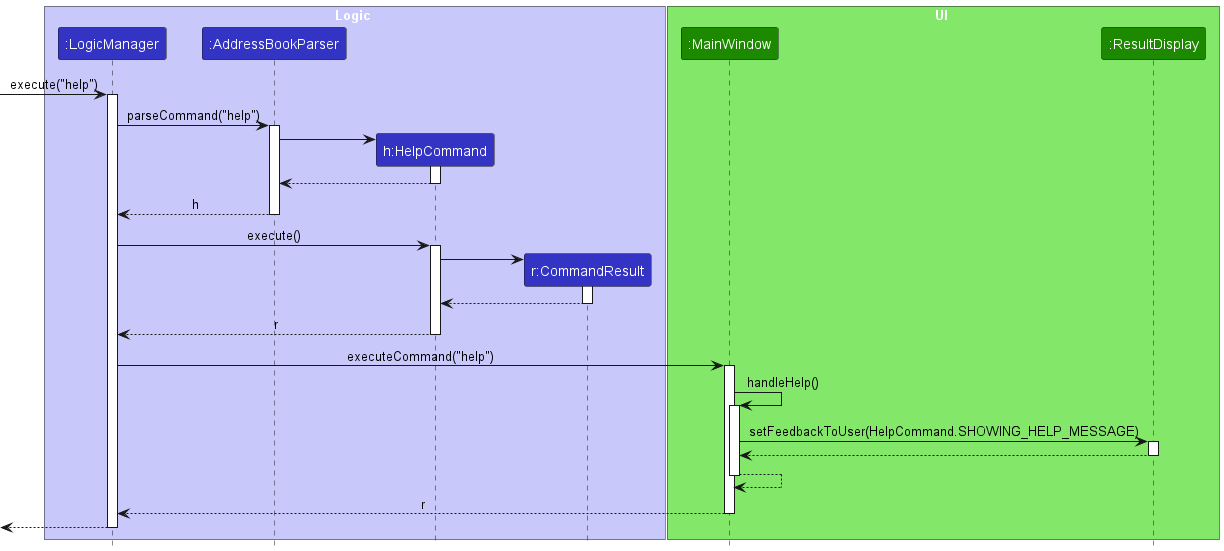
Earlier version of the PlantUML export docs/images/HelpSequenceDiagram.png (swtan346/tp).
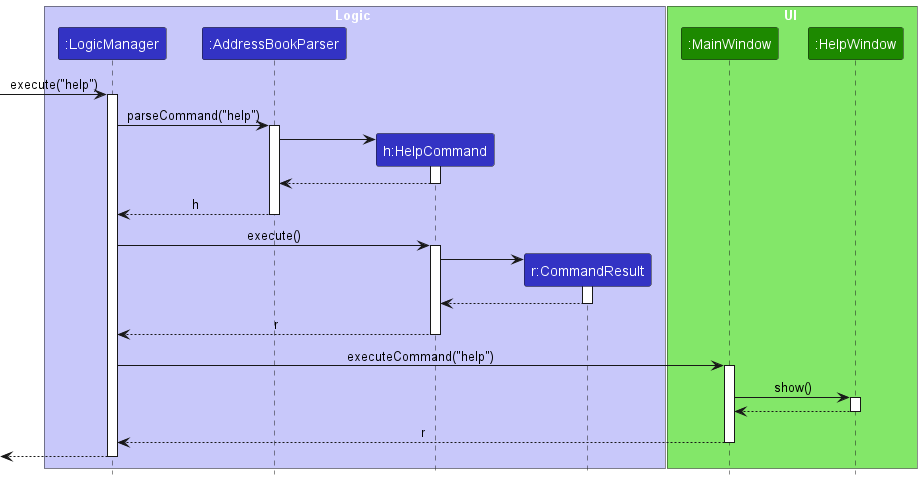
After the commit.

Commit message:
Modify diagrams and descriptions for helpcommand

The edit, as a diff of the source:
```diff
@@ -11,7 +11,7 @@
 
 box UI UI_COLOR_T1
 participant ":MainWindow" as MainWindow UI_COLOR
-participant ":ResultDisplay" as ResultDisplay UI_COLOR
+participant ":HelpWindow" as HelpWindow UI_COLOR
 end box
 
 [-> LogicManager : execute("help")
@@ -46,17 +46,11 @@
 LogicManager -> MainWindow : executeCommand("help")
 activate MainWindow
 
-MainWindow -> MainWindow : handleHelp()
-activate MainWindow
+MainWindow -> HelpWindow : show()
+activate HelpWindow
 
-MainWindow -> ResultDisplay : setFeedbackToUser(HelpCommand.SHOWING_HELP_MESSAGE)
-activate ResultDisplay
-
-ResultDisplay --> MainWindow
-deactivate ResultDisplay
-
-MainWindow --> MainWindow
-deactivate MainWindow
+HelpWindow --> MainWindow
+deactivate HelpWindow
 
 MainWindow --> LogicManager : r
 deactivate MainWindow
```
